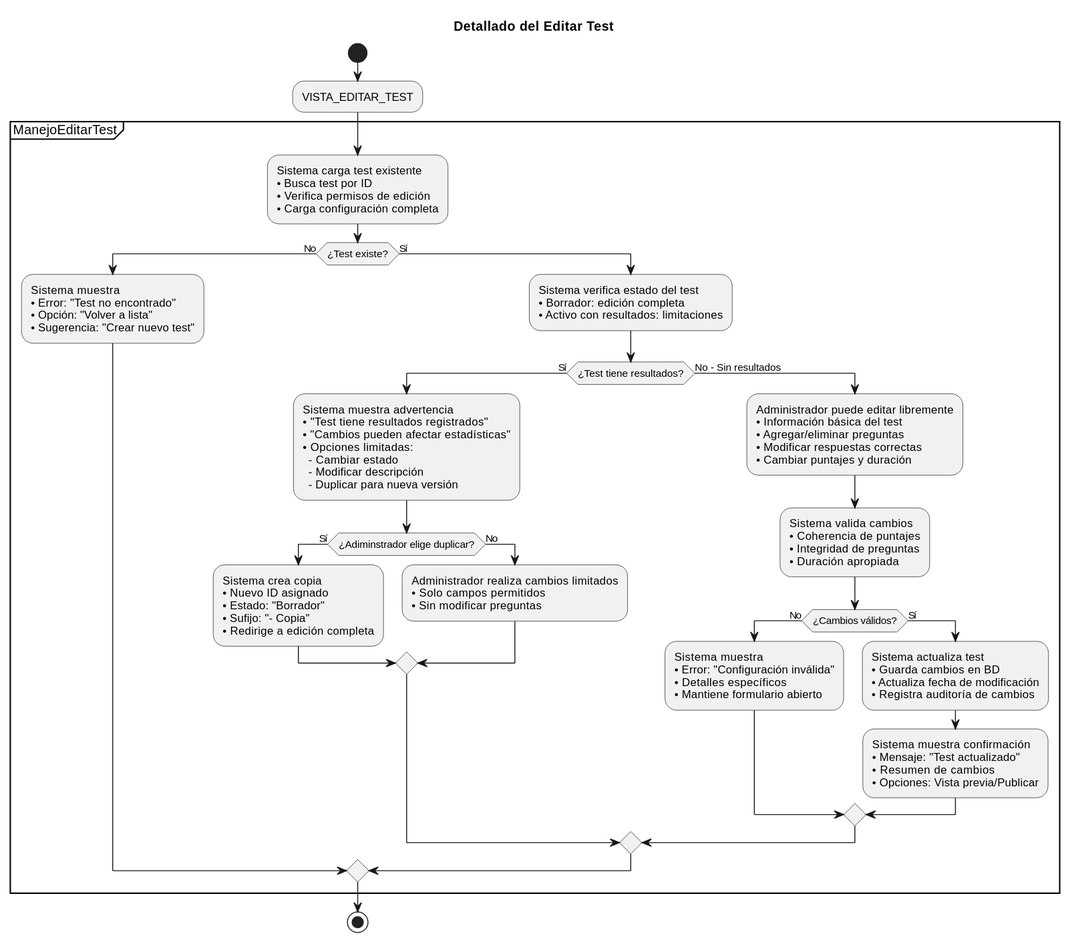
Above: documentos/imagenes/casos_de_uso/diagramas_casos_de_uso_detallados/editar_test.svg in Dievex/24-25-IdSw1-SDR (PlantUML), before the change.
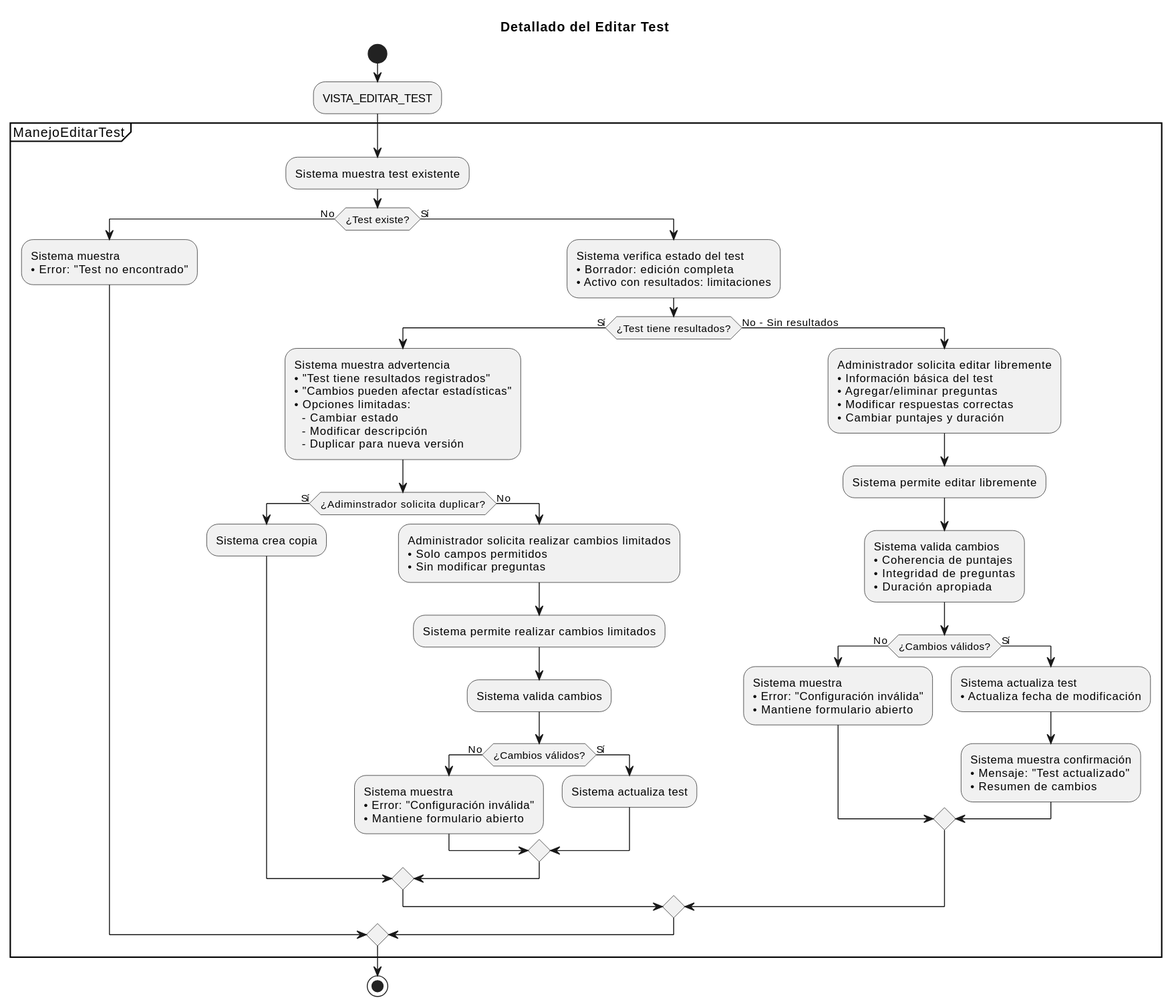
The same file after the commit.

What changed in the source:
```diff
@@ -7,16 +7,11 @@
 
 partition ManejoEditarTest {
 
-  :Sistema carga test existente
-  • Busca test por ID
-  • Verifica permisos de edición
-  • Carga configuración completa;
+  :Sistema muestra test existente;
 
   if (¿Test existe?) then (No)
     :Sistema muestra
-    • Error: "Test no encontrado"
-    • Opción: "Volver a lista"
-    • Sugerencia: "Crear nuevo test";
+    • Error: "Test no encontrado";
 
   else (Sí)
     :Sistema verifica estado del test
@@ -33,26 +28,38 @@
         - Modificar descripción
         - Duplicar para nueva versión;
 
-      if (¿Adiminstrador elige duplicar?) then (Sí)
-        :Sistema crea copia
-        • Nuevo ID asignado
-        • Estado: "Borrador"
-        • Sufijo: "- Copia"
-        • Redirige a edición completa;
+      if (¿Adiminstrador solicita duplicar?) then (Sí)
+        :Sistema crea copia;
 
       else (No)
-        :Administrador realiza cambios limitados
+        :Administrador solicita realizar cambios limitados
         • Solo campos permitidos
         • Sin modificar preguntas;
+
+        :Sistema permite realizar cambios limitados;
+
+        :Sistema valida cambios;
+
+        if (¿Cambios válidos?) then (No)
+          :Sistema muestra
+          • Error: "Configuración inválida"
+          • Mantiene formulario abierto;
+
+        else (Sí)
+          :Sistema actualiza test;
+
+        endif
 
       endif
 
     else (No - Sin resultados)
-      :Administrador puede editar libremente
+      :Administrador solicita editar libremente
       • Información básica del test
       • Agregar/eliminar preguntas
       • Modificar respuestas correctas
       • Cambiar puntajes y duración;
+
+      :Sistema permite editar libremente;
 
       :Sistema valida cambios
       • Coherencia de puntajes
@@ -62,19 +69,15 @@
       if (¿Cambios válidos?) then (No)
         :Sistema muestra
         • Error: "Configuración inválida"
-        • Detalles específicos
         • Mantiene formulario abierto;
 
       else (Sí)
         :Sistema actualiza test
-        • Guarda cambios en BD
-        • Actualiza fecha de modificación
-        • Registra auditoría de cambios;
+        • Actualiza fecha de modificación;
 
         :Sistema muestra confirmación
         • Mensaje: "Test actualizado"
-        • Resumen de cambios
-        • Opciones: Vista previa/Publicar;
+        • Resumen de cambios;
 
       endif
 
```
